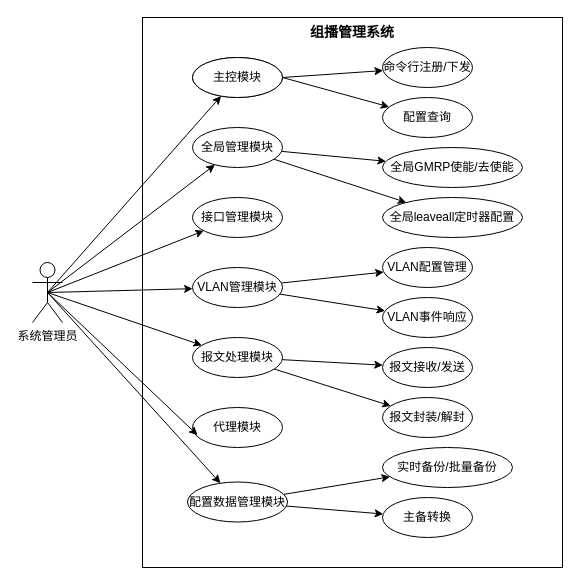
chy-ustc/diagrams keeps this draw.io diagram as 未命名绘图.drawio. Above is the earlier version. Source tidied: cells renumbered, new cells numbered last; positions are measured from the earlier drawing's top-left corner, leaving out a move shared by most shapes. Both pictures are drawn from the tidied source at 100%, with x=0, y=0 at pixel (32, 17).
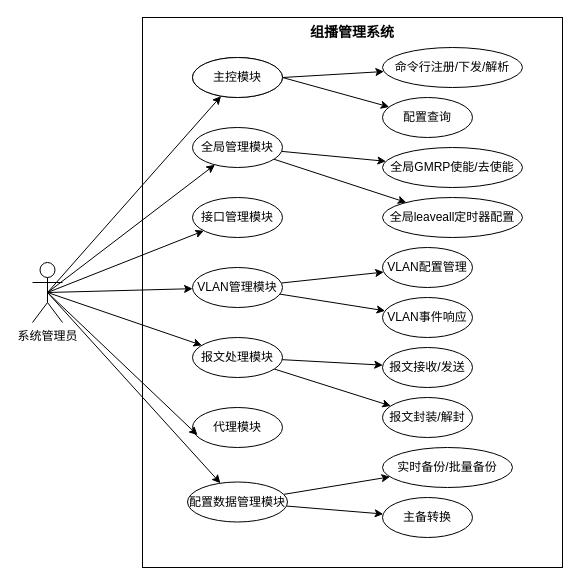
The same diagram, later.

Commit message:
更新未命名绘图.drawio

Diff of the diagram source:
```diff
@@
-    <mxCell id="26" value="命令行注册/下发" style="ellipse;whiteSpace=wrap;html=1;" parent="1" vertex="1">
-      <mxGeometry x="350" y="30" width="90" height="40" as="geometry" />
+    <mxCell id="26" value="命令行注册/下发/解析" style="ellipse;whiteSpace=wrap;html=1;" parent="1" vertex="1">
+      <mxGeometry x="350" y="30" width="140" height="40" as="geometry" />
     </mxCell>
```
